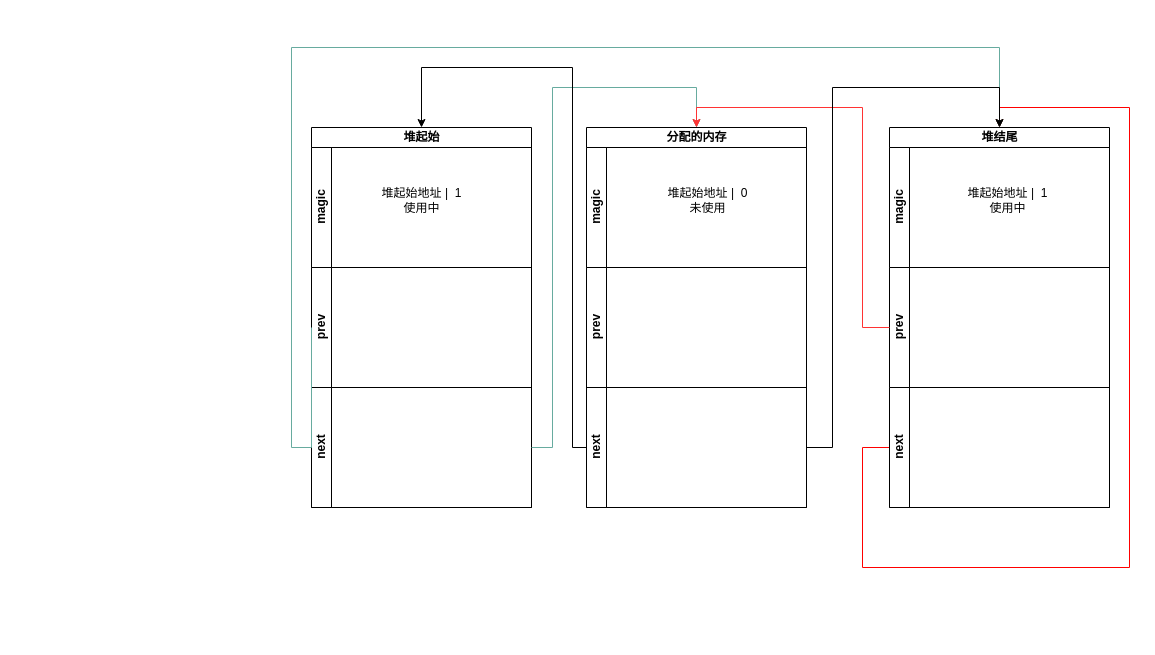
Before: small_mem.drawio in wdfk-prog/RT-Thread-, a draw.io diagram. Source tidied: cells renumbered, new cells numbered last; positions are measured from the earlier drawing's top-left corner, leaving out a move shared by most shapes. Both pictures are drawn from the tidied source at 100%, with x=0, y=0 at pixel (291, 47).
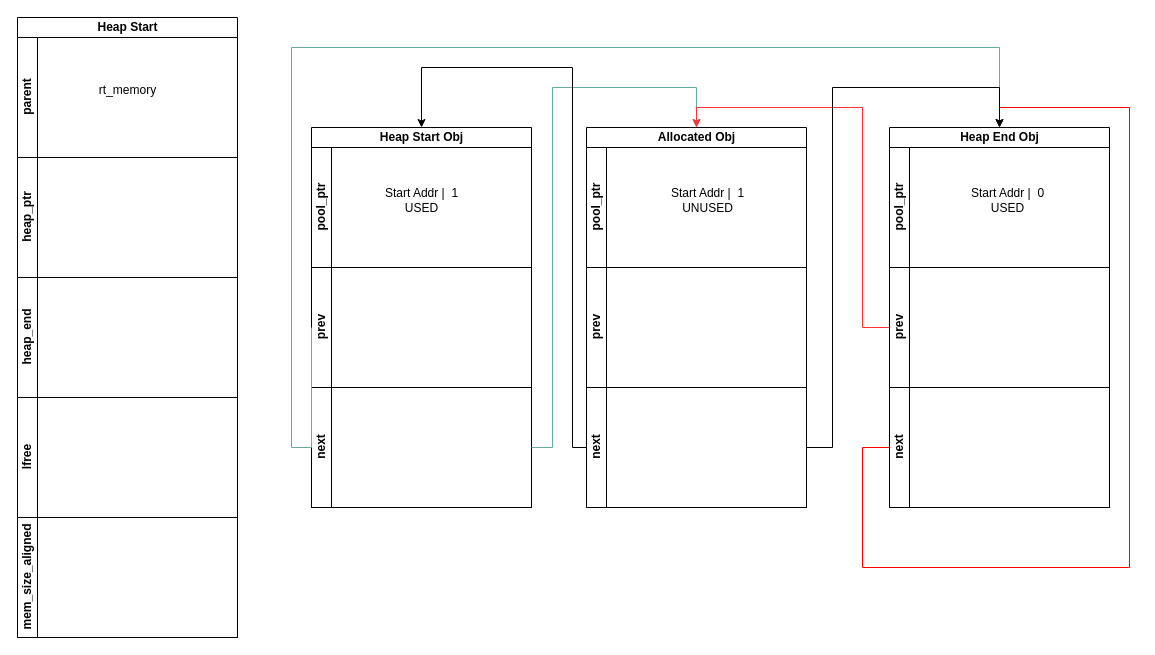
Above is the later version.

Change to the diagram source:
```diff
@@
-    <mxCell id="2" value="堆起始" style="swimlane;horizontal=1;startSize=20;html=1;" parent="1" vertex="1">
+    <mxCell id="2" value="Heap Start Obj" style="swimlane;horizontal=1;startSize=20;html=1;" parent="1" vertex="1">
       <mxGeometry x="20" y="80" width="220" height="380" as="geometry" />
     </mxCell>
-    <mxCell id="3" value="magic" style="swimlane;startSize=20;horizontal=0;html=1;" parent="2" vertex="1">
+    <mxCell id="3" value="pool_ptr" style="swimlane;startSize=20;horizontal=0;html=1;" parent="2" vertex="1">
       <mxGeometry y="20" width="220" height="120" as="geometry" />
     </mxCell>
-    <mxCell id="4" value="堆起始地址 |&amp;nbsp; 1&lt;br&gt;使用中" style="text;html=1;align=center;verticalAlign=middle;strokeColor=none;fillColor=none;" parent="3" vertex="1">
+    <mxCell id="4" value="Start Addr |&amp;nbsp; 1&lt;br&gt;USED" style="text;html=1;align=center;verticalAlign=middle;strokeColor=none;fillColor=none;" parent="3" vertex="1">
       <mxGeometry x="60" y="33" width="100" height="40" as="geometry" />
     </mxCell>
@@
-    <mxCell id="7" value="分配的内存" style="swimlane;horizontal=1;startSize=20;html=1;" parent="1" vertex="1">
+    <mxCell id="7" value="Allocated Obj" style="swimlane;horizontal=1;startSize=20;html=1;" parent="1" vertex="1">
       <mxGeometry x="295" y="80" width="220" height="380" as="geometry" />
     </mxCell>
-    <mxCell id="8" value="magic" style="swimlane;startSize=20;horizontal=0;html=1;" parent="7" vertex="1">
+    <mxCell id="8" value="pool_ptr" style="swimlane;startSize=20;horizontal=0;html=1;" parent="7" vertex="1">
       <mxGeometry y="20" width="220" height="120" as="geometry" />
     </mxCell>
-    <mxCell id="9" value="堆起始地址 |&amp;nbsp; 0&lt;br&gt;未使用" style="text;html=1;align=center;verticalAlign=middle;strokeColor=none;fillColor=none;" parent="8" vertex="1">
+    <mxCell id="9" value="Start Addr |&amp;nbsp; 1&lt;br&gt;UNUSED" style="text;html=1;align=center;verticalAlign=middle;strokeColor=none;fillColor=none;" parent="8" vertex="1">
       <mxGeometry x="71" y="33" width="100" height="40" as="geometry" />
     </mxCell>
@@
-    <mxCell id="12" value="堆结尾" style="swimlane;horizontal=1;startSize=20;html=1;" parent="1" vertex="1">
+    <mxCell id="12" value="Heap End Obj" style="swimlane;horizontal=1;startSize=20;html=1;" parent="1" vertex="1">
       <mxGeometry x="598" y="80" width="220" height="380" as="geometry" />
     </mxCell>
-    <mxCell id="13" value="magic" style="swimlane;startSize=20;horizontal=0;html=1;" parent="12" vertex="1">
+    <mxCell id="13" value="pool_ptr" style="swimlane;startSize=20;horizontal=0;html=1;" parent="12" vertex="1">
       <mxGeometry y="20" width="220" height="120" as="geometry" />
     </mxCell>
-    <mxCell id="14" value="堆起始地址 |&amp;nbsp; 1&lt;br&gt;使用中" style="text;html=1;align=center;verticalAlign=middle;strokeColor=none;fillColor=none;" parent="13" vertex="1">
+    <mxCell id="14" value="Start Addr |&amp;nbsp; 0&lt;br&gt;USED" style="text;html=1;align=center;verticalAlign=middle;strokeColor=none;fillColor=none;" parent="13" vertex="1">
       <mxGeometry x="68" y="33" width="100" height="40" as="geometry" />
     </mxCell>
@@
+    <mxCell id="23" value="Heap Start" style="swimlane;horizontal=1;startSize=20;html=1;" parent="1" vertex="1">
+      <mxGeometry x="-274" y="-30" width="220" height="620" as="geometry" />
+    </mxCell>
+    <mxCell id="24" value="parent" style="swimlane;startSize=20;horizontal=0;html=1;" parent="23" vertex="1">
+      <mxGeometry y="20" width="220" height="120" as="geometry" />
+    </mxCell>
+    <mxCell id="25" value="rt_memory" style="text;html=1;align=center;verticalAlign=middle;strokeColor=none;fillColor=none;" parent="24" vertex="1">
+      <mxGeometry x="70" y="38" width="80" height="30" as="geometry" />
+    </mxCell>
+    <mxCell id="26" value="heap_ptr" style="swimlane;startSize=20;horizontal=0;html=1;" parent="23" vertex="1">
+      <mxGeometry y="140" width="220" height="120" as="geometry" />
+    </mxCell>
+    <mxCell id="27" value="heap_end" style="swimlane;startSize=20;horizontal=0;html=1;" parent="23" vertex="1">
+      <mxGeometry y="260" width="220" height="120" as="geometry" />
+    </mxCell>
+    <mxCell id="28" value="lfree" style="swimlane;startSize=20;horizontal=0;html=1;" parent="23" vertex="1">
+      <mxGeometry y="380" width="220" height="120" as="geometry" />
+    </mxCell>
+    <mxCell id="29" value="mem_size_aligned" style="swimlane;startSize=20;horizontal=0;html=1;" parent="23" vertex="1">
+      <mxGeometry y="500" width="220" height="120" as="geometry" />
+    </mxCell>
```
